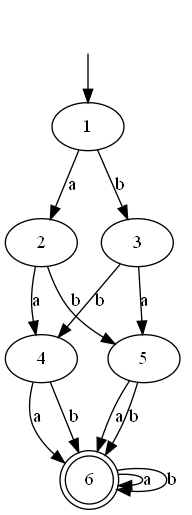
The Graphviz diagram files/sample.dot.png in DiegoHMM/Minimizacao_AFD, before a commit. Its source is kept beside it as files/sample.dot. Source of this version:
```dot
digraph {
	start [style=invis]
	start -> 1
	6 [shape=doublecircle]
	1 -> 2 [label=a]
	1 -> 3 [label=b]
	2 -> 4 [label=a]
	2 -> 5 [label=b]
	3 -> 5 [label=a]
	3 -> 4 [label=b]
	4 -> 6 [label=a]
	4 -> 6 [label=b]
	5 -> 6 [label=a]
	5 -> 6 [label=b]
	6 -> 6 [label=a]
	6 -> 6 [label=b]
}
```
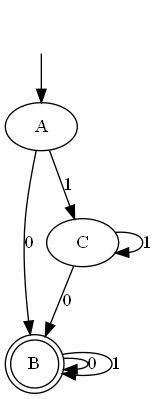
Later version of the same file.

The edit, as a diff of the source:
```diff
@@ -1,17 +1,11 @@
 digraph {
 	start [style=invis]
-	start -> 1
-	6 [shape=doublecircle]
-	1 -> 2 [label=a]
-	1 -> 3 [label=b]
-	2 -> 4 [label=a]
-	2 -> 5 [label=b]
-	3 -> 5 [label=a]
-	3 -> 4 [label=b]
-	4 -> 6 [label=a]
-	4 -> 6 [label=b]
-	5 -> 6 [label=a]
-	5 -> 6 [label=b]
-	6 -> 6 [label=a]
-	6 -> 6 [label=b]
+	start -> A
+	B [shape=doublecircle]
+	A -> B [label=0]
+	A -> C [label=1]
+	B -> B [label=0]
+	B -> B [label=1]
+	C -> B [label=0]
+	C -> C [label=1]
 }
```
